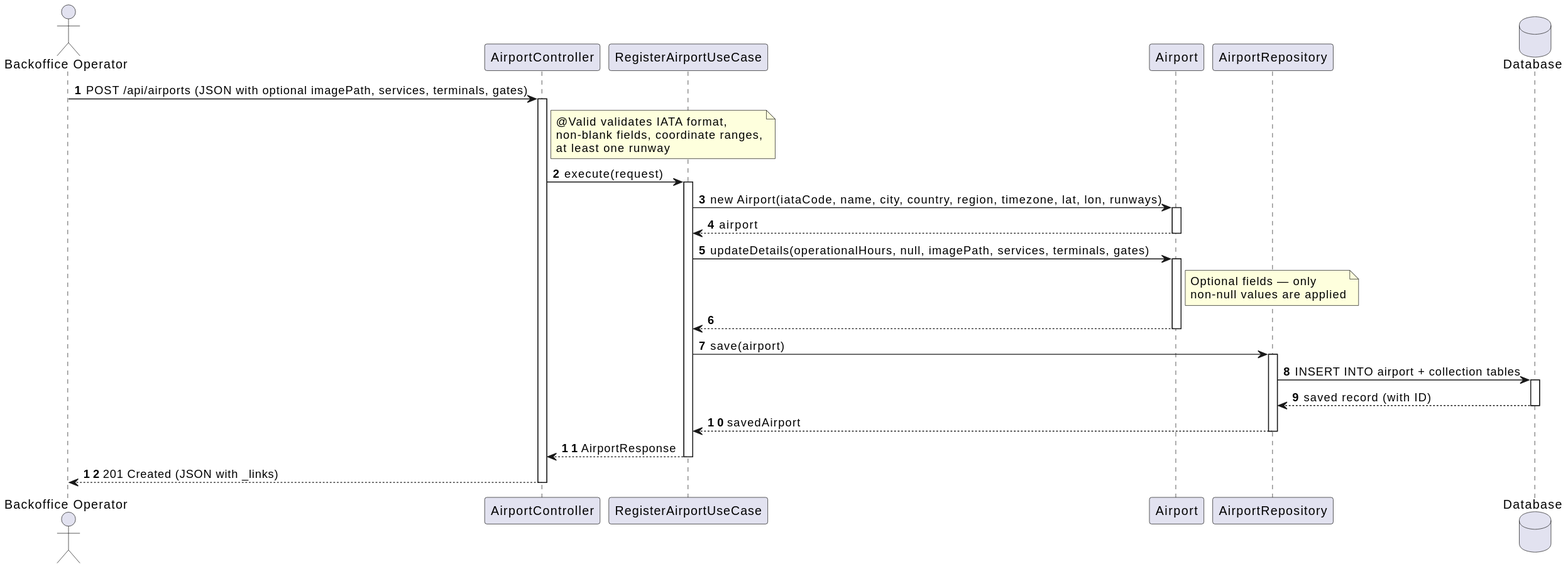
VascoMagolo/psoft_1231562_1241692_1242036_2db keeps this PlantUML diagram as docs/system-documentation/use-cases/WP2B/US207/svg/sd_us207.svg. Above is the earlier version.
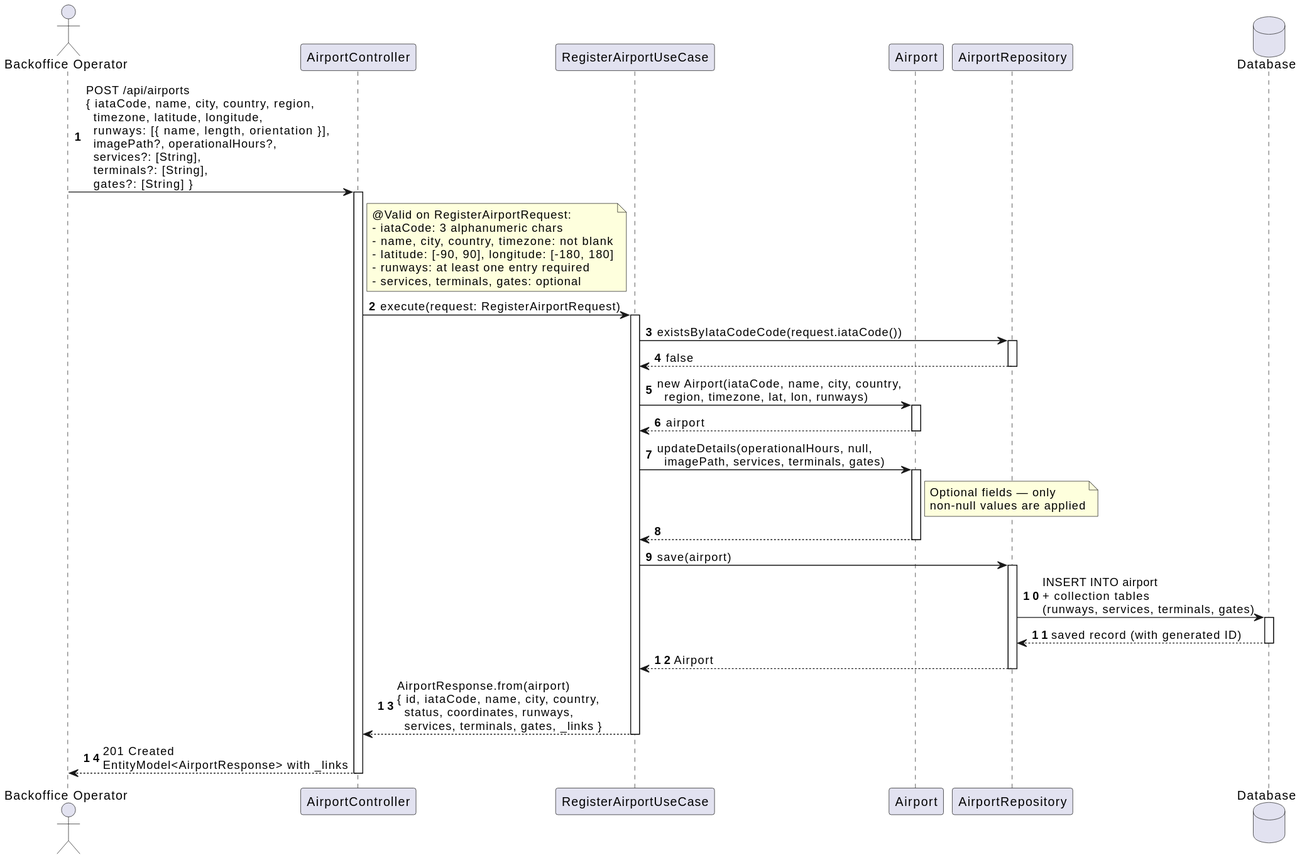
After the commit.

Change to the diagram source:
```diff
@@ -7,20 +7,32 @@
 participant "AirportRepository" as Repo
 database "Database" as DB
 
-BO -> Ctrl : POST /api/airports (JSON with optional imagePath, services, terminals, gates)
+BO -> Ctrl : POST /api/airports\n{ iataCode, name, city, country, region,\n  timezone, latitude, longitude,\n  runways: [{ name, length, orientation }],\n  imagePath?, operationalHours?,\n  services?: [String],\n  terminals?: [String],\n  gates?: [String] }
 activate Ctrl
 
-note right of Ctrl : @Valid validates IATA format,\nnon-blank fields, coordinate ranges,\nat least one runway
+note right of Ctrl
+  @Valid on RegisterAirportRequest:
+  - iataCode: 3 alphanumeric chars
+  - name, city, country, timezone: not blank
+  - latitude: [-90, 90], longitude: [-180, 180]
+  - runways: at least one entry required
+  - services, terminals, gates: optional
+end note
 
-Ctrl -> UC : execute(request)
+Ctrl -> UC : execute(request: RegisterAirportRequest)
 activate UC
 
-UC -> Entity : new Airport(iataCode, name, city, country, region, timezone, lat, lon, runways)
+UC -> Repo : existsByIataCodeCode(request.iataCode())
+activate Repo
+Repo --> UC : false
+deactivate Repo
+
+UC -> Entity : new Airport(iataCode, name, city, country,\n  region, timezone, lat, lon, runways)
 activate Entity
 Entity --> UC : airport
 deactivate Entity
 
-UC -> Entity : updateDetails(operationalHours, null, imagePath, services, terminals, gates)
+UC -> Entity : updateDetails(operationalHours, null,\n  imagePath, services, terminals, gates)
 activate Entity
 note right of Entity : Optional fields — only\nnon-null values are applied
 Entity --> UC
@@ -28,16 +40,16 @@
 
 UC -> Repo : save(airport)
 activate Repo
-Repo -> DB : INSERT INTO airport + collection tables
+Repo -> DB : INSERT INTO airport\n+ collection tables\n(runways, services, terminals, gates)
 activate DB
-DB --> Repo : saved record (with ID)
+DB --> Repo : saved record (with generated ID)
 deactivate DB
-Repo --> UC : savedAirport
+Repo --> UC : Airport
 deactivate Repo
 
-UC --> Ctrl : AirportResponse
+UC --> Ctrl : AirportResponse.from(airport)\n{ id, iataCode, name, city, country,\n  status, coordinates, runways,\n  services, terminals, gates, _links }
 deactivate UC
 
-Ctrl --> BO : 201 Created (JSON with _links)
+Ctrl --> BO : 201 Created\nEntityModel<AirportResponse> with _links
 deactivate Ctrl
 @enduml
```
